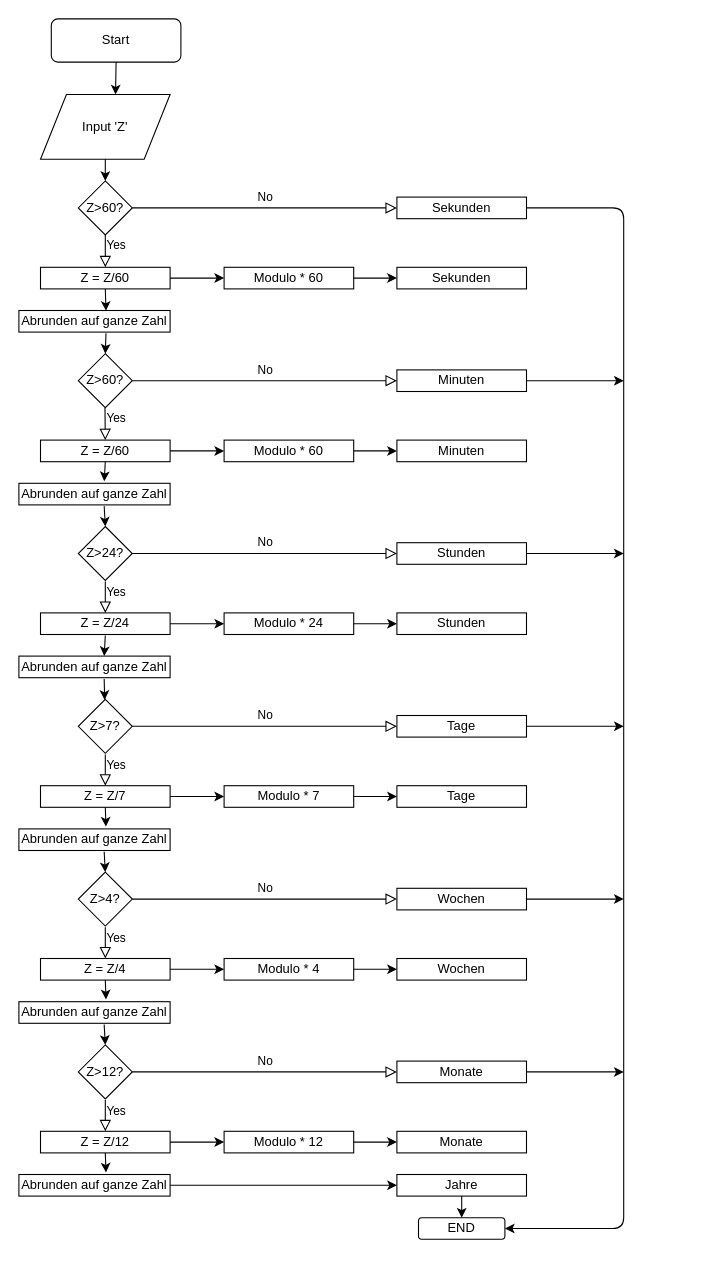
cf-student-5731/CFLMS-DataStruct-Alghoritm-DAY01-Pirkner-fyzam keeps this draw.io diagram as fyzam/Clockwork/Clockwork.drawio. Above is the earlier version. Source tidied: cells renumbered, new cells numbered last; positions are measured from the earlier drawing's top-left corner, leaving out a move shared by most shapes. Both pictures are drawn from the tidied source at 108%, with x=0, y=0 at pixel (18, 18).
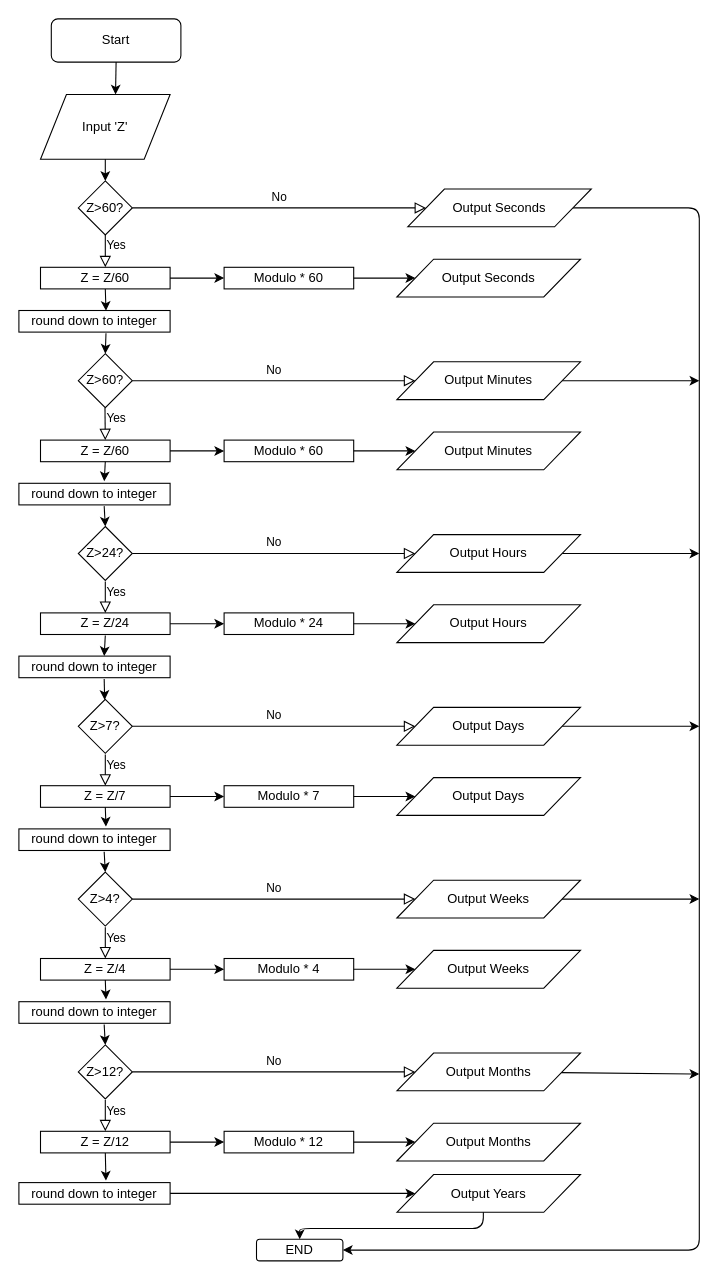
After the change.

The change refers to these unchanged cells:
```xml
<mxCell id="6" value="Z&amp;gt;60?" style="rhombus;whiteSpace=wrap;html=1;" parent="1" vertex="1">
  <mxGeometry x="55" y="150" width="50" height="50" as="geometry" />
</mxCell>
<mxCell id="10" value="Modulo * 60" style="rounded=0;whiteSpace=wrap;html=1;" parent="1" vertex="1">
  <mxGeometry x="190" y="230" width="120" height="20" as="geometry" />
</mxCell>
<mxCell id="18" value="Z&amp;gt;60?" style="rhombus;whiteSpace=wrap;html=1;" parent="1" vertex="1">
  <mxGeometry x="55" y="310" width="50" height="50" as="geometry" />
</mxCell>
<mxCell id="25" value="Modulo * 60" style="rounded=0;whiteSpace=wrap;html=1;" parent="1" vertex="1">
  <mxGeometry x="190" y="390" width="120" height="20" as="geometry" />
</mxCell>
<mxCell id="28" value="Z&amp;gt;24?" style="rhombus;whiteSpace=wrap;html=1;" parent="1" vertex="1">
  <mxGeometry x="55" y="470" width="50" height="50" as="geometry" />
</mxCell>
<mxCell id="35" value="Modulo * 24" style="rounded=0;whiteSpace=wrap;html=1;" parent="1" vertex="1">
  <mxGeometry x="190" y="550" width="120" height="20" as="geometry" />
</mxCell>
<mxCell id="38" value="Z&amp;gt;7?" style="rhombus;whiteSpace=wrap;html=1;" parent="1" vertex="1">
  <mxGeometry x="55" y="630" width="50" height="50" as="geometry" />
</mxCell>
<mxCell id="45" value="Modulo * 7" style="rounded=0;whiteSpace=wrap;html=1;" parent="1" vertex="1">
  <mxGeometry x="190" y="710" width="120" height="20" as="geometry" />
</mxCell>
<mxCell id="48" value="Z&amp;gt;4?" style="rhombus;whiteSpace=wrap;html=1;" parent="1" vertex="1">
  <mxGeometry x="55" y="790" width="50" height="50" as="geometry" />
</mxCell>
<mxCell id="55" value="Modulo * 4" style="rounded=0;whiteSpace=wrap;html=1;" parent="1" vertex="1">
  <mxGeometry x="190" y="870" width="120" height="20" as="geometry" />
</mxCell>
<mxCell id="64" value="Z&amp;gt;12?" style="rhombus;whiteSpace=wrap;html=1;" parent="1" vertex="1">
  <mxGeometry x="55" y="950" width="50" height="50" as="geometry" />
</mxCell>
<mxCell id="71" value="Modulo * 12" style="rounded=0;whiteSpace=wrap;html=1;" parent="1" vertex="1">
  <mxGeometry x="190" y="1030" width="120" height="20" as="geometry" />
</mxCell>
```

Diff of the diagram source:
```diff
@@
-    <mxCell id="7" value="Sekunden" style="rounded=0;whiteSpace=wrap;html=1;" parent="1" vertex="1">
-      <mxGeometry x="350" y="165" width="120" height="20" as="geometry" />
-    </mxCell>
@@
-    <mxCell id="11" value="Sekunden" style="rounded=0;whiteSpace=wrap;html=1;" parent="1" vertex="1">
-      <mxGeometry x="350" y="230" width="120" height="20" as="geometry" />
-    </mxCell>
-    <mxCell id="12" style="endArrow=classic;html=1;exitX=1;exitY=0.5;exitDx=0;exitDy=0;entryX=0;entryY=0.5;entryDx=0;entryDy=0;" parent="1" edge="1" source="10" target="11">
+    <mxCell id="12" style="endArrow=classic;html=1;exitX=1;exitY=0.5;exitDx=0;exitDy=0;entryX=0;entryY=0.5;entryDx=0;entryDy=0;" parent="1" edge="1" source="10" target="89">
       <mxGeometry relative="1" as="geometry" />
     </mxCell>
-    <mxCell id="13" value="Abrunden auf ganze Zahl" style="rounded=0;whiteSpace=wrap;html=1;" parent="1" vertex="1">
+    <mxCell id="13" value="round down to integer" style="rounded=0;whiteSpace=wrap;html=1;" parent="1" vertex="1">
       <mxGeometry y="270" width="140" height="20" as="geometry" />
     </mxCell>
@@
-    <mxCell id="17" value="No" style="edgeStyle=orthogonalEdgeStyle;rounded=0;html=1;jettySize=auto;fontSize=11;endArrow=block;endFill=0;endSize=8;strokeWidth=1;shadow=0;labelBackgroundColor=none;exitX=1;exitY=0.5;exitDx=0;exitDy=0;entryX=0;entryY=0.5;entryDx=0;entryDy=0;" parent="1" edge="1" source="6" target="7">
+    <mxCell id="17" value="No" style="edgeStyle=orthogonalEdgeStyle;rounded=0;html=1;jettySize=auto;fontSize=11;endArrow=block;endFill=0;endSize=8;strokeWidth=1;shadow=0;labelBackgroundColor=none;exitX=1;exitY=0.5;exitDx=0;exitDy=0;entryX=0;entryY=0.5;entryDx=0;entryDy=0;" parent="1" edge="1" source="6" target="88">
       <mxGeometry y="10" relative="1" as="geometry" />
     </mxCell>
@@
-    <mxCell id="21" value="Minuten" style="rounded=0;whiteSpace=wrap;html=1;" parent="1" vertex="1">
-      <mxGeometry x="350" y="325" width="120" height="20" as="geometry" />
-    </mxCell>
-    <mxCell id="22" value="No" style="edgeStyle=orthogonalEdgeStyle;rounded=0;html=1;jettySize=auto;fontSize=11;endArrow=block;endFill=0;endSize=8;strokeWidth=1;shadow=0;labelBackgroundColor=none;entryX=0;entryY=0.5;entryDx=0;entryDy=0;exitX=1;exitY=0.5;exitDx=0;exitDy=0;" parent="1" edge="1" source="18" target="21">
+    <mxCell id="22" value="No" style="edgeStyle=orthogonalEdgeStyle;rounded=0;html=1;jettySize=auto;fontSize=11;endArrow=block;endFill=0;endSize=8;strokeWidth=1;shadow=0;labelBackgroundColor=none;entryX=0;entryY=0.5;entryDx=0;entryDy=0;exitX=1;exitY=0.5;exitDx=0;exitDy=0;" parent="1" edge="1" source="18" target="90">
       <mxGeometry y="10" relative="1" as="geometry" />
     </mxCell>
@@
-    <mxCell id="26" value="Minuten" style="rounded=0;whiteSpace=wrap;html=1;" parent="1" vertex="1">
-      <mxGeometry x="350" y="390" width="120" height="20" as="geometry" />
-    </mxCell>
-    <mxCell id="27" style="endArrow=classic;html=1;exitX=1;exitY=0.5;exitDx=0;exitDy=0;entryX=0;entryY=0.5;entryDx=0;entryDy=0;" parent="1" edge="1" source="25" target="26">
+    <mxCell id="27" style="endArrow=classic;html=1;exitX=1;exitY=0.5;exitDx=0;exitDy=0;entryX=0;entryY=0.5;entryDx=0;entryDy=0;" parent="1" edge="1" source="25" target="91">
       <mxGeometry relative="1" as="geometry" />
     </mxCell>
@@
-    <mxCell id="30" value="Stunden" style="rounded=0;whiteSpace=wrap;html=1;" parent="1" vertex="1">
-      <mxGeometry x="350" y="485" width="120" height="20" as="geometry" />
-    </mxCell>
-    <mxCell id="31" value="No" style="edgeStyle=orthogonalEdgeStyle;rounded=0;html=1;jettySize=auto;fontSize=11;endArrow=block;endFill=0;endSize=8;strokeWidth=1;shadow=0;labelBackgroundColor=none;entryX=0;entryY=0.5;entryDx=0;entryDy=0;exitX=1;exitY=0.5;exitDx=0;exitDy=0;" parent="1" edge="1" source="28" target="30">
+    <mxCell id="31" value="No" style="edgeStyle=orthogonalEdgeStyle;rounded=0;html=1;jettySize=auto;fontSize=11;endArrow=block;endFill=0;endSize=8;strokeWidth=1;shadow=0;labelBackgroundColor=none;entryX=0;entryY=0.5;entryDx=0;entryDy=0;exitX=1;exitY=0.5;exitDx=0;exitDy=0;" parent="1" edge="1" source="28" target="92">
       <mxGeometry y="10" relative="1" as="geometry" />
     </mxCell>
@@
-    <mxCell id="36" value="Stunden" style="rounded=0;whiteSpace=wrap;html=1;" parent="1" vertex="1">
-      <mxGeometry x="350" y="550" width="120" height="20" as="geometry" />
-    </mxCell>
-    <mxCell id="37" style="endArrow=classic;html=1;exitX=1;exitY=0.5;exitDx=0;exitDy=0;entryX=0;entryY=0.5;entryDx=0;entryDy=0;" parent="1" edge="1" source="35" target="36">
+    <mxCell id="37" style="endArrow=classic;html=1;exitX=1;exitY=0.5;exitDx=0;exitDy=0;entryX=0;entryY=0.5;entryDx=0;entryDy=0;" parent="1" edge="1" source="35" target="93">
       <mxGeometry relative="1" as="geometry" />
     </mxCell>
@@
-    <mxCell id="40" value="Tage" style="rounded=0;whiteSpace=wrap;html=1;" parent="1" vertex="1">
-      <mxGeometry x="350" y="645" width="120" height="20" as="geometry" />
-    </mxCell>
-    <mxCell id="41" value="No" style="edgeStyle=orthogonalEdgeStyle;rounded=0;html=1;jettySize=auto;fontSize=11;endArrow=block;endFill=0;endSize=8;strokeWidth=1;shadow=0;labelBackgroundColor=none;entryX=0;entryY=0.5;entryDx=0;entryDy=0;exitX=1;exitY=0.5;exitDx=0;exitDy=0;" parent="1" edge="1" source="38" target="40">
+    <mxCell id="41" value="No" style="edgeStyle=orthogonalEdgeStyle;rounded=0;html=1;jettySize=auto;fontSize=11;endArrow=block;endFill=0;endSize=8;strokeWidth=1;shadow=0;labelBackgroundColor=none;entryX=0;entryY=0.5;entryDx=0;entryDy=0;exitX=1;exitY=0.5;exitDx=0;exitDy=0;" parent="1" edge="1" source="38" target="94">
       <mxGeometry y="10" relative="1" as="geometry" />
     </mxCell>
@@
-    <mxCell id="46" value="Tage" style="rounded=0;whiteSpace=wrap;html=1;" parent="1" vertex="1">
-      <mxGeometry x="350" y="710" width="120" height="20" as="geometry" />
-    </mxCell>
-    <mxCell id="47" style="endArrow=classic;html=1;exitX=1;exitY=0.5;exitDx=0;exitDy=0;entryX=0;entryY=0.5;entryDx=0;entryDy=0;" parent="1" edge="1" source="45" target="46">
+    <mxCell id="47" style="endArrow=classic;html=1;exitX=1;exitY=0.5;exitDx=0;exitDy=0;entryX=0;entryY=0.5;entryDx=0;entryDy=0;" parent="1" edge="1" source="45" target="95">
       <mxGeometry relative="1" as="geometry" />
     </mxCell>
@@
-    <mxCell id="50" value="Wochen" style="rounded=0;whiteSpace=wrap;html=1;" parent="1" vertex="1">
-      <mxGeometry x="350" y="805" width="120" height="20" as="geometry" />
-    </mxCell>
-    <mxCell id="51" value="No" style="edgeStyle=orthogonalEdgeStyle;rounded=0;html=1;jettySize=auto;fontSize=11;endArrow=block;endFill=0;endSize=8;strokeWidth=1;shadow=0;labelBackgroundColor=none;entryX=0;entryY=0.5;entryDx=0;entryDy=0;exitX=1;exitY=0.5;exitDx=0;exitDy=0;" parent="1" edge="1" source="48" target="50">
+    <mxCell id="51" value="No" style="edgeStyle=orthogonalEdgeStyle;rounded=0;html=1;jettySize=auto;fontSize=11;endArrow=block;endFill=0;endSize=8;strokeWidth=1;shadow=0;labelBackgroundColor=none;entryX=0;entryY=0.5;entryDx=0;entryDy=0;exitX=1;exitY=0.5;exitDx=0;exitDy=0;" parent="1" edge="1" source="48" target="97">
       <mxGeometry y="10" relative="1" as="geometry" />
     </mxCell>
@@
-    <mxCell id="56" value="Wochen" style="rounded=0;whiteSpace=wrap;html=1;" parent="1" vertex="1">
-      <mxGeometry x="350" y="870" width="120" height="20" as="geometry" />
-    </mxCell>
-    <mxCell id="57" style="endArrow=classic;html=1;exitX=1;exitY=0.5;exitDx=0;exitDy=0;entryX=0;entryY=0.5;entryDx=0;entryDy=0;" parent="1" edge="1" source="55" target="56">
+    <mxCell id="57" style="endArrow=classic;html=1;exitX=1;exitY=0.5;exitDx=0;exitDy=0;entryX=0;entryY=0.5;entryDx=0;entryDy=0;" parent="1" edge="1" source="55" target="96">
       <mxGeometry relative="1" as="geometry" />
     </mxCell>
-    <mxCell id="58" value="Abrunden auf ganze Zahl" style="rounded=0;whiteSpace=wrap;html=1;" parent="1" vertex="1">
+    <mxCell id="58" value="round down to integer" style="rounded=0;whiteSpace=wrap;html=1;" parent="1" vertex="1">
       <mxGeometry y="430" width="140" height="20" as="geometry" />
     </mxCell>
@@
-    <mxCell id="60" value="Abrunden auf ganze Zahl" style="rounded=0;whiteSpace=wrap;html=1;" parent="1" vertex="1">
+    <mxCell id="60" value="round down to integer" style="rounded=0;whiteSpace=wrap;html=1;" parent="1" vertex="1">
       <mxGeometry y="590" width="140" height="20" as="geometry" />
     </mxCell>
@@
-    <mxCell id="62" value="Abrunden auf ganze Zahl" style="rounded=0;whiteSpace=wrap;html=1;" parent="1" vertex="1">
+    <mxCell id="62" value="round down to integer" style="rounded=0;whiteSpace=wrap;html=1;" parent="1" vertex="1">
       <mxGeometry y="750" width="140" height="20" as="geometry" />
     </mxCell>
@@
-    <mxCell id="66" value="Monate" style="rounded=0;whiteSpace=wrap;html=1;" parent="1" vertex="1">
-      <mxGeometry x="350" y="965" width="120" height="20" as="geometry" />
-    </mxCell>
-    <mxCell id="67" value="No" style="edgeStyle=orthogonalEdgeStyle;rounded=0;html=1;jettySize=auto;fontSize=11;endArrow=block;endFill=0;endSize=8;strokeWidth=1;shadow=0;labelBackgroundColor=none;entryX=0;entryY=0.5;entryDx=0;entryDy=0;exitX=1;exitY=0.5;exitDx=0;exitDy=0;" parent="1" edge="1" source="64" target="66">
+    <mxCell id="67" value="No" style="edgeStyle=orthogonalEdgeStyle;rounded=0;html=1;jettySize=auto;fontSize=11;endArrow=block;endFill=0;endSize=8;strokeWidth=1;shadow=0;labelBackgroundColor=none;entryX=0;entryY=0.5;entryDx=0;entryDy=0;exitX=1;exitY=0.5;exitDx=0;exitDy=0;" parent="1" edge="1" source="64" target="98">
       <mxGeometry y="10" relative="1" as="geometry" />
     </mxCell>
@@
-    <mxCell id="72" value="Monate" style="rounded=0;whiteSpace=wrap;html=1;" parent="1" vertex="1">
-      <mxGeometry x="350" y="1030" width="120" height="20" as="geometry" />
-    </mxCell>
-    <mxCell id="73" style="endArrow=classic;html=1;exitX=1;exitY=0.5;exitDx=0;exitDy=0;entryX=0;entryY=0.5;entryDx=0;entryDy=0;" parent="1" edge="1" source="71" target="72">
+    <mxCell id="73" style="endArrow=classic;html=1;exitX=1;exitY=0.5;exitDx=0;exitDy=0;entryX=0;entryY=0.5;entryDx=0;entryDy=0;" parent="1" edge="1" source="71" target="99">
       <mxGeometry relative="1" as="geometry" />
     </mxCell>
-    <mxCell id="74" value="Abrunden auf ganze Zahl" style="rounded=0;whiteSpace=wrap;html=1;" parent="1" vertex="1">
+    <mxCell id="74" value="round down to integer" style="rounded=0;whiteSpace=wrap;html=1;" parent="1" vertex="1">
       <mxGeometry y="910" width="140" height="20" as="geometry" />
     </mxCell>
@@
-    <mxCell id="77" value="Jahre" style="rounded=0;whiteSpace=wrap;html=1;" parent="1" vertex="1">
-      <mxGeometry x="350" y="1070" width="120" height="20" as="geometry" />
-    </mxCell>
-    <mxCell id="78" value="Abrunden auf ganze Zahl" style="rounded=0;whiteSpace=wrap;html=1;" parent="1" vertex="1">
-      <mxGeometry y="1070" width="140" height="20" as="geometry" />
+    <mxCell id="78" value="round down to integer" style="rounded=0;whiteSpace=wrap;html=1;" parent="1" vertex="1">
+      <mxGeometry y="1077.5" width="140" height="20" as="geometry" />
     </mxCell>
-    <mxCell id="79" style="endArrow=classic;html=1;exitX=1;exitY=0.5;exitDx=0;exitDy=0;entryX=0;entryY=0.5;entryDx=0;entryDy=0;" parent="1" edge="1" source="78" target="77">
+    <mxCell id="79" style="endArrow=classic;html=1;exitX=1;exitY=0.5;exitDx=0;exitDy=0;" parent="1" edge="1" source="78" target="100">
       <mxGeometry relative="1" as="geometry" />
     </mxCell>
     <mxCell id="80" value="END" style="rounded=1;whiteSpace=wrap;html=1;" parent="1" vertex="1">
-      <mxGeometry x="370" y="1110" width="80" height="20" as="geometry" />
+      <mxGeometry x="220" y="1130" width="80" height="20" as="geometry" />
     </mxCell>
-    <mxCell id="81" style="endArrow=classic;html=1;entryX=0.5;entryY=0;entryDx=0;entryDy=0;exitX=0.5;exitY=1;exitDx=0;exitDy=0;" parent="1" edge="1" source="77" target="80">
-      <mxGeometry relative="1" as="geometry" />
+    <mxCell id="81" style="endArrow=classic;html=1;entryX=0.5;entryY=0;entryDx=0;entryDy=0;exitX=0.471;exitY=0.857;exitDx=0;exitDy=0;exitPerimeter=0;" parent="1" edge="1" source="100" target="80">
+      <mxGeometry relative="1" as="geometry">
+        <Array as="points">
+          <mxPoint x="430" y="1120" />
+          <mxPoint x="260" y="1120" />
+        </Array>
+      </mxGeometry>
     </mxCell>
-    <mxCell id="82" style="endArrow=classic;html=1;entryX=1;entryY=0.5;entryDx=0;entryDy=0;" parent="1" edge="1" target="80">
+    <mxCell id="82" style="endArrow=classic;html=1;entryX=1;entryY=0.5;entryDx=0;entryDy=0;exitX=1;exitY=0.5;exitDx=0;exitDy=0;" parent="1" edge="1" source="88" target="80">
       <mxGeometry relative="1" as="geometry">
-        <mxPoint x="470" y="175" as="sourcePoint" />
         <Array as="points">
-          <mxPoint x="520" y="175" />
-          <mxPoint x="560" y="175" />
-          <mxPoint x="560" y="1120" />
+          <mxPoint x="630" y="175" />
+          <mxPoint x="630" y="600" />
+          <mxPoint x="630" y="1110" />
+          <mxPoint x="630" y="1140" />
         </Array>
       </mxGeometry>
     </mxCell>
-    <mxCell id="83" style="endArrow=classic;html=1;exitX=1;exitY=0.5;exitDx=0;exitDy=0;" parent="1" edge="1" source="21">
+    <mxCell id="83" style="endArrow=classic;html=1;exitX=1;exitY=0.5;exitDx=0;exitDy=0;" parent="1" edge="1" source="90">
       <mxGeometry relative="1" as="geometry">
-        <mxPoint x="560" y="335" as="targetPoint" />
+        <mxPoint x="630" y="335" as="targetPoint" />
       </mxGeometry>
     </mxCell>
-    <mxCell id="84" style="endArrow=classic;html=1;exitX=1;exitY=0.5;exitDx=0;exitDy=0;" parent="1" edge="1" source="30">
+    <mxCell id="84" style="endArrow=classic;html=1;" parent="1" edge="1" source="92">
       <mxGeometry relative="1" as="geometry">
-        <mxPoint x="560" y="495" as="targetPoint" />
+        <mxPoint x="630" y="495" as="targetPoint" />
       </mxGeometry>
     </mxCell>
-    <mxCell id="85" style="endArrow=classic;html=1;exitX=1;exitY=0.5;exitDx=0;exitDy=0;" parent="1" edge="1" source="40">
+    <mxCell id="85" style="endArrow=classic;html=1;" parent="1" edge="1" source="94">
       <mxGeometry relative="1" as="geometry">
-        <mxPoint x="560" y="655" as="targetPoint" />
+        <mxPoint x="630" y="655" as="targetPoint" />
       </mxGeometry>
     </mxCell>
-    <mxCell id="86" style="endArrow=classic;html=1;exitX=1;exitY=0.5;exitDx=0;exitDy=0;" parent="1" edge="1" source="50">
+    <mxCell id="86" style="endArrow=classic;html=1;" parent="1" edge="1" source="97">
       <mxGeometry relative="1" as="geometry">
-        <mxPoint x="560" y="815" as="targetPoint" />
+        <mxPoint x="630" y="815" as="targetPoint" />
       </mxGeometry>
     </mxCell>
-    <mxCell id="87" style="endArrow=classic;html=1;exitX=1;exitY=0.5;exitDx=0;exitDy=0;" parent="1" edge="1" source="66">
+    <mxCell id="87" style="endArrow=classic;html=1;" parent="1" edge="1" source="98">
       <mxGeometry relative="1" as="geometry">
-        <mxPoint x="560" y="975" as="targetPoint" />
+        <mxPoint x="630" y="977" as="targetPoint" />
       </mxGeometry>
     </mxCell>
+    <mxCell id="88" value="Output Seconds" style="shape=parallelogram;perimeter=parallelogramPerimeter;whiteSpace=wrap;html=1;" parent="1" vertex="1">
+      <mxGeometry x="360" y="157.5" width="170" height="35" as="geometry" />
+    </mxCell>
+    <mxCell id="89" value="Output Seconds" style="shape=parallelogram;perimeter=parallelogramPerimeter;whiteSpace=wrap;html=1;" parent="1" vertex="1">
+      <mxGeometry x="350" y="222.5" width="170" height="35" as="geometry" />
+    </mxCell>
+    <mxCell id="90" value="Output Minutes" style="shape=parallelogram;perimeter=parallelogramPerimeter;whiteSpace=wrap;html=1;" parent="1" vertex="1">
+      <mxGeometry x="350" y="317.5" width="170" height="35" as="geometry" />
+    </mxCell>
+    <mxCell id="91" value="Output Minutes" style="shape=parallelogram;perimeter=parallelogramPerimeter;whiteSpace=wrap;html=1;" parent="1" vertex="1">
+      <mxGeometry x="350" y="382.5" width="170" height="35" as="geometry" />
+    </mxCell>
+    <mxCell id="92" value="Output Hours" style="shape=parallelogram;perimeter=parallelogramPerimeter;whiteSpace=wrap;html=1;" parent="1" vertex="1">
+      <mxGeometry x="350" y="477.5" width="170" height="35" as="geometry" />
+    </mxCell>
+    <mxCell id="93" value="Output Hours" style="shape=parallelogram;perimeter=parallelogramPerimeter;whiteSpace=wrap;html=1;" parent="1" vertex="1">
+      <mxGeometry x="350" y="542.5" width="170" height="35" as="geometry" />
+    </mxCell>
+    <mxCell id="94" value="Output Days" style="shape=parallelogram;perimeter=parallelogramPerimeter;whiteSpace=wrap;html=1;" parent="1" vertex="1">
+      <mxGeometry x="350" y="637.5" width="170" height="35" as="geometry" />
+    </mxCell>
+    <mxCell id="95" value="Output Days" style="shape=parallelogram;perimeter=parallelogramPerimeter;whiteSpace=wrap;html=1;" parent="1" vertex="1">
+      <mxGeometry x="350" y="702.5" width="170" height="35" as="geometry" />
+    </mxCell>
+    <mxCell id="96" value="Output Weeks" style="shape=parallelogram;perimeter=parallelogramPerimeter;whiteSpace=wrap;html=1;" parent="1" vertex="1">
+      <mxGeometry x="350" y="862.5" width="170" height="35" as="geometry" />
+    </mxCell>
+    <mxCell id="97" value="Output Weeks" style="shape=parallelogram;perimeter=parallelogramPerimeter;whiteSpace=wrap;html=1;" parent="1" vertex="1">
+      <mxGeometry x="350" y="797.5" width="170" height="35" as="geometry" />
+    </mxCell>
+    <mxCell id="98" value="Output Months" style="shape=parallelogram;perimeter=parallelogramPerimeter;whiteSpace=wrap;html=1;" parent="1" vertex="1">
+      <mxGeometry x="350" y="957.5" width="170" height="35" as="geometry" />
+    </mxCell>
+    <mxCell id="99" value="Output Months" style="shape=parallelogram;perimeter=parallelogramPerimeter;whiteSpace=wrap;html=1;" parent="1" vertex="1">
+      <mxGeometry x="350" y="1022.5" width="170" height="35" as="geometry" />
+    </mxCell>
+    <mxCell id="100" value="Output Years" style="shape=parallelogram;perimeter=parallelogramPerimeter;whiteSpace=wrap;html=1;" parent="1" vertex="1">
+      <mxGeometry x="350" y="1070" width="170" height="35" as="geometry" />
+    </mxCell>
```
